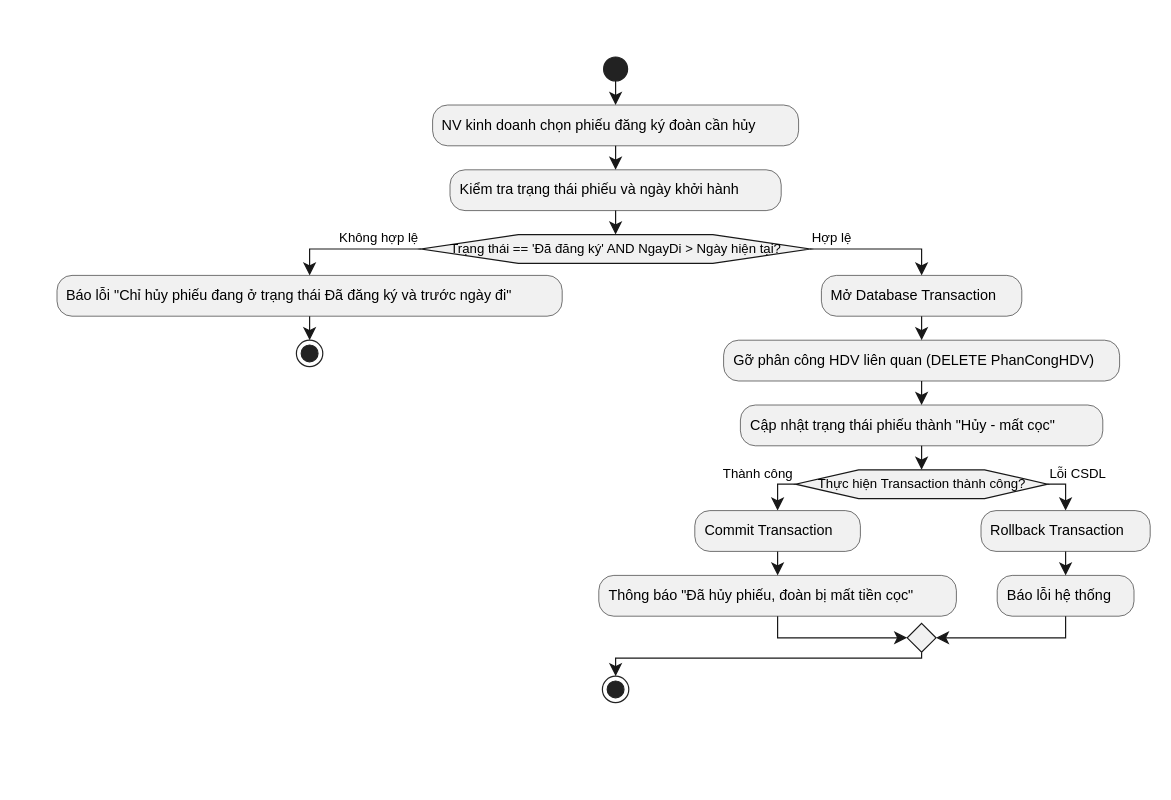
Earlier version of the draw.io diagram page "Activity_HuyDangKyDoan" (4 of 6) of LAB5/LAB5.drawio (BaoHuz/LAB_AT_OOSD). Source tidied: cells renumbered, new cells numbered last; positions are measured from the earlier drawing's top-left corner, leaving out a move shared by most shapes. Both pictures are drawn from the tidied source at 120%, with x=0, y=0 at pixel (20, 20).
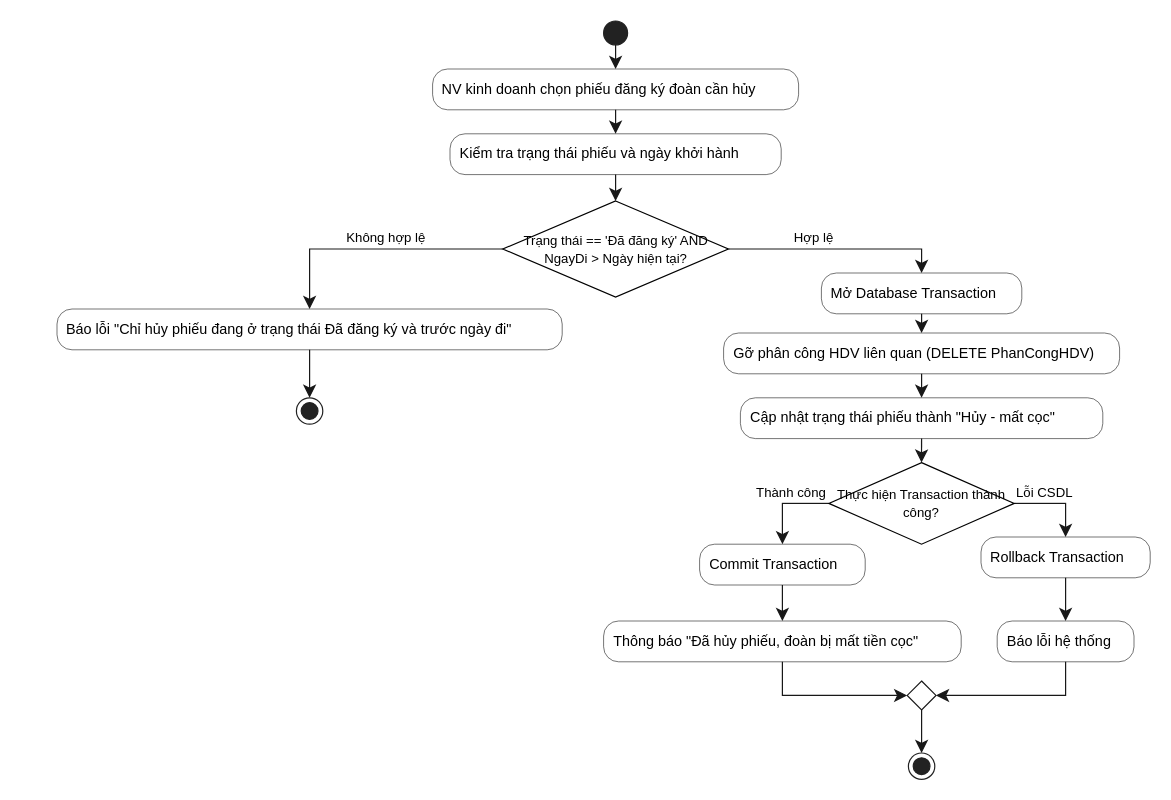
Above is the later version.

The change refers to these unchanged cells:
```xml
<mxCell id="2" style="group;transparentBounds=1;editIcon=1;lockedGroup=0;groupPadding=10;" parent="1" vertex="1">
  <mxGeometry as="geometry" />
</mxCell>
```

Diff of the diagram source:
```diff
@@
     <mxCell id="3" style="ellipse;fillColor=#222222;strokeColor=#222222;" parent="2" vertex="1">
-      <mxGeometry x="485.5" y="30" width="20" height="20" as="geometry" />
+      <mxGeometry x="485.5" width="20" height="20" as="geometry" />
     </mxCell>
-    <mxCell id="4" value="NV kinh doanh chọn phiếu đăng ký đoàn cần hủy" style="rounded=1;absoluteArcSize=1;arcSize=25;fillColor=#F1F1F1;strokeColor=#181818;strokeWidth=0.5;whiteSpace=wrap;fontSize=12;align=left;spacingLeft=6;" parent="2" vertex="1">
-      <mxGeometry x="343" y="70" width="305" height="34" as="geometry" />
+    <mxCell id="4" value="NV kinh doanh chọn phiếu đăng ký đoàn cần hủy" style="rounded=1;absoluteArcSize=1;arcSize=25;fillColor=none;strokeColor=#181818;strokeWidth=0.5;whiteSpace=wrap;fontSize=12;align=left;spacingLeft=6;" parent="2" vertex="1">
+      <mxGeometry x="343" y="40" width="305" height="34" as="geometry" />
     </mxCell>
@@
-    <mxCell id="6" value="Kiểm tra trạng thái phiếu và ngày khởi hành" style="rounded=1;absoluteArcSize=1;arcSize=25;fillColor=#F1F1F1;strokeColor=#181818;strokeWidth=0.5;whiteSpace=wrap;fontSize=12;align=left;spacingLeft=6;" parent="2" vertex="1">
-      <mxGeometry x="357.5" y="124" width="276" height="34" as="geometry" />
+    <mxCell id="6" value="Kiểm tra trạng thái phiếu và ngày khởi hành" style="rounded=1;absoluteArcSize=1;arcSize=25;fillColor=none;strokeColor=#181818;strokeWidth=0.5;whiteSpace=wrap;fontSize=12;align=left;spacingLeft=6;" parent="2" vertex="1">
+      <mxGeometry x="357.5" y="94" width="276" height="34" as="geometry" />
     </mxCell>
@@
-    <mxCell id="8" value="Trạng thái == 'Đã đăng ký' AND NgayDi &gt; Ngày hiện tại?" style="shape=hexagon;perimeter=hexagonPerimeter2;fillColor=#F1F1F1;strokeColor=#181818;whiteSpace=wrap;fontSize=11;" parent="2" vertex="1">
-      <mxGeometry x="333.5" y="178" width="324" height="24" as="geometry" />
-    </mxCell>
@@
     <mxCell id="10" value="Không hợp lệ" style="endArrow=classic;endSize=8;strokeColor=#181818;fontSize=11;verticalAlign=bottom;labelPosition=left;align=right;exitX=0;exitY=0.5;exitDx=0;exitDy=0;curved=0;rounded=0;sourcePerimeterSpacing=0;targetPerimeterSpacing=0;" parent="2" edge="1" source="8" target="11">
-      <mxGeometry x="-1" relative="1" as="geometry">
+      <mxGeometry x="-0.41" relative="1" as="geometry">
         <Array as="points">
           <mxPoint x="240.5" y="190" />
         </Array>
       </mxGeometry>
     </mxCell>
-    <mxCell id="11" value="Báo lỗi &quot;Chỉ hủy phiếu đang ở trạng thái Đã đăng ký và trước ngày đi&quot;" style="rounded=1;absoluteArcSize=1;arcSize=25;fillColor=#F1F1F1;strokeColor=#181818;strokeWidth=0.5;whiteSpace=wrap;fontSize=12;align=left;spacingLeft=6;" parent="2" vertex="1">
-      <mxGeometry x="30" y="212" width="421" height="34" as="geometry" />
+    <mxCell id="11" value="Báo lỗi &quot;Chỉ hủy phiếu đang ở trạng thái Đã đăng ký và trước ngày đi&quot;" style="rounded=1;absoluteArcSize=1;arcSize=25;fillColor=none;strokeColor=#181818;strokeWidth=0.5;whiteSpace=wrap;fontSize=12;align=left;spacingLeft=6;" parent="2" vertex="1">
+      <mxGeometry x="30" y="240" width="421" height="34" as="geometry" />
     </mxCell>
     <mxCell id="12" style="ellipse;shape=endState;fillColor=#222222;strokeColor=#222222;" parent="2" vertex="1">
-      <mxGeometry x="229.5" y="266" width="22" height="22" as="geometry" />
+      <mxGeometry x="229.5" y="314" width="22" height="22" as="geometry" />
     </mxCell>
@@
     <mxCell id="14" value="Hợp lệ" style="endArrow=classic;endSize=8;strokeColor=#181818;fontSize=11;verticalAlign=bottom;labelPosition=right;align=left;exitX=1;exitY=0.5;exitDx=0;exitDy=0;curved=0;rounded=0;sourcePerimeterSpacing=0;targetPerimeterSpacing=0;" parent="2" edge="1" source="8" target="15">
-      <mxGeometry x="-1" relative="1" as="geometry">
+      <mxGeometry x="-0.41" relative="1" as="geometry">
         <Array as="points">
           <mxPoint x="750.5" y="190" />
         </Array>
       </mxGeometry>
     </mxCell>
-    <mxCell id="15" value="Mở Database Transaction" style="rounded=1;absoluteArcSize=1;arcSize=25;fillColor=#F1F1F1;strokeColor=#181818;strokeWidth=0.5;whiteSpace=wrap;fontSize=12;align=left;spacingLeft=6;" parent="2" vertex="1">
-      <mxGeometry x="667" y="212" width="167" height="34" as="geometry" />
+    <mxCell id="15" value="Mở Database Transaction" style="rounded=1;absoluteArcSize=1;arcSize=25;fillColor=none;strokeColor=#181818;strokeWidth=0.5;whiteSpace=wrap;fontSize=12;align=left;spacingLeft=6;" parent="2" vertex="1">
+      <mxGeometry x="667" y="210" width="167" height="34" as="geometry" />
     </mxCell>
-    <mxCell id="16" value="Gỡ phân công HDV liên quan (DELETE PhanCongHDV)" style="rounded=1;absoluteArcSize=1;arcSize=25;fillColor=#F1F1F1;strokeColor=#181818;strokeWidth=0.5;whiteSpace=wrap;fontSize=12;align=left;spacingLeft=6;" parent="2" vertex="1">
-      <mxGeometry x="585.5" y="266" width="330" height="34" as="geometry" />
+    <mxCell id="16" value="Gỡ phân công HDV liên quan (DELETE PhanCongHDV)" style="rounded=1;absoluteArcSize=1;arcSize=25;fillColor=none;strokeColor=#181818;strokeWidth=0.5;whiteSpace=wrap;fontSize=12;align=left;spacingLeft=6;" parent="2" vertex="1">
+      <mxGeometry x="585.5" y="260" width="330" height="34" as="geometry" />
     </mxCell>
@@
-    <mxCell id="18" value="Cập nhật trạng thái phiếu thành &quot;Hủy - mất cọc&quot;" style="rounded=1;absoluteArcSize=1;arcSize=25;fillColor=#F1F1F1;strokeColor=#181818;strokeWidth=0.5;whiteSpace=wrap;fontSize=12;align=left;spacingLeft=6;" parent="2" vertex="1">
-      <mxGeometry x="599.5" y="320" width="302" height="34" as="geometry" />
+    <mxCell id="18" value="Cập nhật trạng thái phiếu thành &quot;Hủy - mất cọc&quot;" style="rounded=1;absoluteArcSize=1;arcSize=25;fillColor=none;strokeColor=#181818;strokeWidth=0.5;whiteSpace=wrap;fontSize=12;align=left;spacingLeft=6;" parent="2" vertex="1">
+      <mxGeometry x="599.5" y="314" width="302" height="34" as="geometry" />
     </mxCell>
@@
-    <mxCell id="20" value="Thực hiện Transaction thành công?" style="shape=hexagon;perimeter=hexagonPerimeter2;fillColor=#F1F1F1;strokeColor=#181818;whiteSpace=wrap;fontSize=11;" parent="2" vertex="1">
-      <mxGeometry x="645.5" y="374" width="210" height="24" as="geometry" />
-    </mxCell>
@@
-    <mxCell id="22" value="Thành công" style="endArrow=classic;endSize=8;strokeColor=#181818;fontSize=11;verticalAlign=bottom;labelPosition=left;align=right;exitX=0;exitY=0.5;exitDx=0;exitDy=0;curved=0;rounded=0;sourcePerimeterSpacing=0;targetPerimeterSpacing=0;" parent="2" edge="1" source="20" target="23">
-      <mxGeometry x="-1" relative="1" as="geometry">
-        <Array as="points">
-          <mxPoint x="630.5" y="386" />
-        </Array>
-      </mxGeometry>
+    <mxCell id="22" value="Thành công" style="endArrow=classic;endSize=8;strokeColor=#181818;fontSize=11;verticalAlign=bottom;labelPosition=left;align=right;exitX=0;exitY=0.5;exitDx=0;exitDy=0;rounded=0;sourcePerimeterSpacing=0;targetPerimeterSpacing=0;edgeStyle=orthogonalEdgeStyle;" parent="2" edge="1" source="20" target="23">
+      <mxGeometry x="-1" relative="1" as="geometry" />
     </mxCell>
-    <mxCell id="23" value="Commit Transaction" style="rounded=1;absoluteArcSize=1;arcSize=25;fillColor=#F1F1F1;strokeColor=#181818;strokeWidth=0.5;whiteSpace=wrap;fontSize=12;align=left;spacingLeft=6;" parent="2" vertex="1">
-      <mxGeometry x="561.5" y="408" width="138" height="34" as="geometry" />
+    <mxCell id="23" value="Commit Transaction" style="rounded=1;absoluteArcSize=1;arcSize=25;fillColor=none;strokeColor=#181818;strokeWidth=0.5;whiteSpace=wrap;fontSize=12;align=left;spacingLeft=6;" parent="2" vertex="1">
+      <mxGeometry x="565.5" y="436" width="138" height="34" as="geometry" />
     </mxCell>
-    <mxCell id="24" value="Thông báo &quot;Đã hủy phiếu, đoàn bị mất tiền cọc&quot;" style="rounded=1;absoluteArcSize=1;arcSize=25;fillColor=#F1F1F1;strokeColor=#181818;strokeWidth=0.5;whiteSpace=wrap;fontSize=12;align=left;spacingLeft=6;" parent="2" vertex="1">
-      <mxGeometry x="481.5" y="462" width="298" height="34" as="geometry" />
+    <mxCell id="24" value="Thông báo &quot;Đã hủy phiếu, đoàn bị mất tiền cọc&quot;" style="rounded=1;absoluteArcSize=1;arcSize=25;fillColor=none;strokeColor=#181818;strokeWidth=0.5;whiteSpace=wrap;fontSize=12;align=left;spacingLeft=6;" parent="2" vertex="1">
+      <mxGeometry x="485.5" y="500" width="298" height="34" as="geometry" />
     </mxCell>
-    <mxCell id="25" style="endArrow=classic;endSize=8;strokeColor=#181818;curved=0;rounded=0;fontSize=11;sourcePerimeterSpacing=0;targetPerimeterSpacing=0;" parent="2" edge="1" source="23" target="24">
+    <mxCell id="25" style="endArrow=classic;endSize=8;strokeColor=#181818;rounded=0;fontSize=11;sourcePerimeterSpacing=0;targetPerimeterSpacing=0;edgeStyle=orthogonalEdgeStyle;" parent="2" edge="1" source="23" target="24">
       <mxGeometry relative="1" as="geometry" />
     </mxCell>
-    <mxCell id="26" value="Lỗi CSDL" style="endArrow=classic;endSize=8;strokeColor=#181818;fontSize=11;verticalAlign=bottom;labelPosition=right;align=left;exitX=1;exitY=0.5;exitDx=0;exitDy=0;curved=0;rounded=0;sourcePerimeterSpacing=0;targetPerimeterSpacing=0;" parent="2" edge="1" source="20" target="27">
-      <mxGeometry x="-1" relative="1" as="geometry">
-        <Array as="points">
-          <mxPoint x="870.5" y="386" />
-        </Array>
-      </mxGeometry>
+    <mxCell id="26" value="Lỗi CSDL" style="endArrow=classic;endSize=8;strokeColor=#181818;fontSize=11;verticalAlign=bottom;labelPosition=right;align=left;exitX=1;exitY=0.5;exitDx=0;exitDy=0;rounded=0;sourcePerimeterSpacing=0;targetPerimeterSpacing=0;edgeStyle=orthogonalEdgeStyle;" parent="2" edge="1" source="20" target="27">
+      <mxGeometry x="-1" relative="1" as="geometry" />
     </mxCell>
-    <mxCell id="27" value="Rollback Transaction" style="rounded=1;absoluteArcSize=1;arcSize=25;fillColor=#F1F1F1;strokeColor=#181818;strokeWidth=0.5;whiteSpace=wrap;fontSize=12;align=left;spacingLeft=6;" parent="2" vertex="1">
-      <mxGeometry x="800" y="408" width="141" height="34" as="geometry" />
+    <mxCell id="27" value="Rollback Transaction" style="rounded=1;absoluteArcSize=1;arcSize=25;fillColor=none;strokeColor=#181818;strokeWidth=0.5;whiteSpace=wrap;fontSize=12;align=left;spacingLeft=6;" parent="2" vertex="1">
+      <mxGeometry x="800" y="430" width="141" height="34" as="geometry" />
     </mxCell>
-    <mxCell id="28" value="Báo lỗi hệ thống" style="rounded=1;absoluteArcSize=1;arcSize=25;fillColor=#F1F1F1;strokeColor=#181818;strokeWidth=0.5;whiteSpace=wrap;fontSize=12;align=left;spacingLeft=6;" parent="2" vertex="1">
-      <mxGeometry x="813.5" y="462" width="114" height="34" as="geometry" />
+    <mxCell id="28" value="Báo lỗi hệ thống" style="rounded=1;absoluteArcSize=1;arcSize=25;fillColor=none;strokeColor=#181818;strokeWidth=0.5;whiteSpace=wrap;fontSize=12;align=left;spacingLeft=6;" parent="2" vertex="1">
+      <mxGeometry x="813.5" y="500" width="114" height="34" as="geometry" />
     </mxCell>
-    <mxCell id="29" style="endArrow=classic;endSize=8;strokeColor=#181818;curved=0;rounded=0;fontSize=11;sourcePerimeterSpacing=0;targetPerimeterSpacing=0;" parent="2" edge="1" source="27" target="28">
+    <mxCell id="29" style="endArrow=classic;endSize=8;strokeColor=#181818;rounded=0;fontSize=11;sourcePerimeterSpacing=0;targetPerimeterSpacing=0;edgeStyle=orthogonalEdgeStyle;" parent="2" edge="1" source="27" target="28">
       <mxGeometry relative="1" as="geometry" />
     </mxCell>
-    <mxCell id="30" style="rhombus;fillColor=#F1F1F1;strokeColor=#181818;" parent="2" vertex="1">
-      <mxGeometry x="738.5" y="502" width="24" height="24" as="geometry" />
+    <mxCell id="30" style="rhombus;fillColor=none;strokeColor=#181818;" parent="2" vertex="1">
+      <mxGeometry x="738.5" y="550" width="24" height="24" as="geometry" />
     </mxCell>
-    <mxCell id="31" style="endArrow=classic;endSize=8;strokeColor=#181818;entryX=0;entryY=0.5;entryDx=0;entryDy=0;curved=0;rounded=0;fontSize=11;sourcePerimeterSpacing=0;targetPerimeterSpacing=0;" parent="2" edge="1" source="24" target="30">
-      <mxGeometry relative="1" as="geometry">
-        <Array as="points">
-          <mxPoint x="630.5" y="514" />
-        </Array>
-      </mxGeometry>
+    <mxCell id="31" style="endArrow=classic;endSize=8;strokeColor=#181818;entryX=0;entryY=0.5;entryDx=0;entryDy=0;rounded=0;fontSize=11;sourcePerimeterSpacing=0;targetPerimeterSpacing=0;edgeStyle=orthogonalEdgeStyle;" parent="2" edge="1" source="24" target="30">
+      <mxGeometry relative="1" as="geometry" />
     </mxCell>
-    <mxCell id="32" style="endArrow=classic;endSize=8;strokeColor=#181818;entryX=1;entryY=0.5;entryDx=0;entryDy=0;curved=0;rounded=0;fontSize=11;sourcePerimeterSpacing=0;targetPerimeterSpacing=0;" parent="2" edge="1" source="28" target="30">
+    <mxCell id="32" style="endArrow=classic;endSize=8;strokeColor=#181818;entryX=1;entryY=0.5;entryDx=0;entryDy=0;rounded=0;fontSize=11;sourcePerimeterSpacing=0;targetPerimeterSpacing=0;edgeStyle=orthogonalEdgeStyle;" parent="2" edge="1" source="28" target="30">
       <mxGeometry relative="1" as="geometry">
         <Array as="points">
-          <mxPoint x="870.5" y="514" />
+          <mxPoint x="870.5" y="562" />
         </Array>
       </mxGeometry>
     </mxCell>
     <mxCell id="33" style="ellipse;shape=endState;fillColor=#222222;strokeColor=#222222;" parent="2" vertex="1">
-      <mxGeometry x="484.5" y="546" width="22" height="22" as="geometry" />
+      <mxGeometry x="739.5" y="610" width="22" height="22" as="geometry" />
     </mxCell>
-    <mxCell id="34" style="endArrow=classic;endSize=8;strokeColor=#181818;exitX=0.5;exitY=1;exitDx=0;exitDy=0;curved=0;rounded=0;fontSize=11;sourcePerimeterSpacing=0;targetPerimeterSpacing=0;" parent="2" edge="1" source="30" target="33">
-      <mxGeometry relative="1" as="geometry">
-        <Array as="points">
-          <mxPoint x="750.5" y="531" />
-          <mxPoint x="495.5" y="531" />
-        </Array>
-      </mxGeometry>
+    <mxCell id="34" style="endArrow=classic;endSize=8;strokeColor=#181818;exitX=0.5;exitY=1;exitDx=0;exitDy=0;rounded=0;fontSize=11;sourcePerimeterSpacing=0;targetPerimeterSpacing=0;edgeStyle=orthogonalEdgeStyle;" parent="2" edge="1" source="30" target="33">
+      <mxGeometry relative="1" as="geometry" />
     </mxCell>
+    <mxCell id="8" value="&lt;span style=&quot;font-size: 11px;&quot;&gt;Trạng thái == 'Đã đăng ký' AND NgayDi &amp;gt; Ngày hiện tại?&lt;/span&gt;" style="rhombus;whiteSpace=wrap;html=1;shapeInside=1;" parent="2" vertex="1">
+      <mxGeometry x="401.5" y="150" width="188" height="80" as="geometry" />
+    </mxCell>
+    <mxCell id="20" value="&lt;span style=&quot;font-size: 11px;&quot;&gt;Thực hiện Transaction thành công?&lt;/span&gt;" style="rhombus;whiteSpace=wrap;html=1;shapeInside=1;" parent="2" vertex="1">
+      <mxGeometry x="673.2" y="368" width="154.5" height="68" as="geometry" />
+    </mxCell>
```
